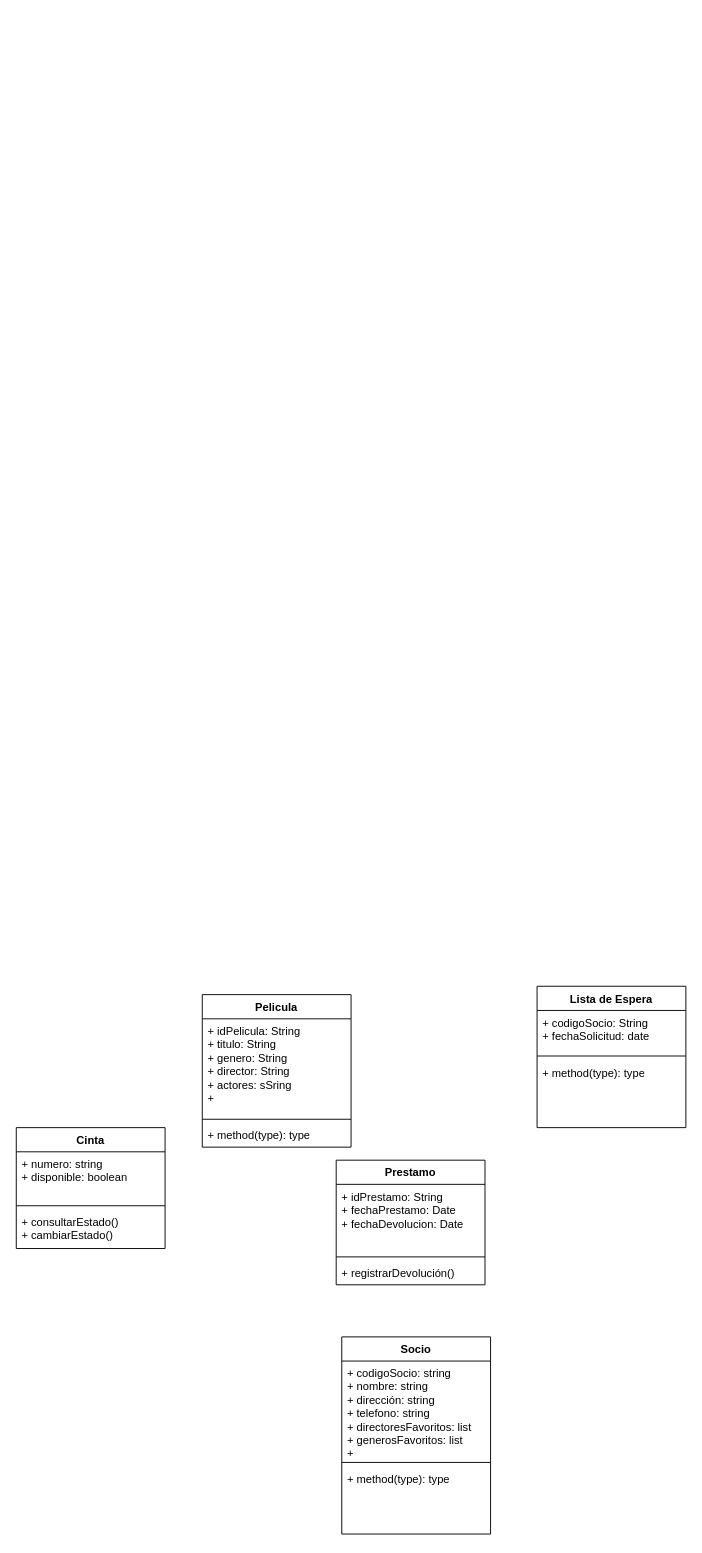
Above: page "Diagrama Parcial 2" (3 of 4) of Diagrama sin título.drawio in mjfernandezc/Diagramas (draw.io), before the change. Source tidied: cells renumbered, new cells numbered last; positions are measured from the earlier drawing's top-left corner, leaving out a move shared by most shapes. Both pictures are drawn from the tidied source at 93%, with x=0, y=0 at pixel (16, 986).
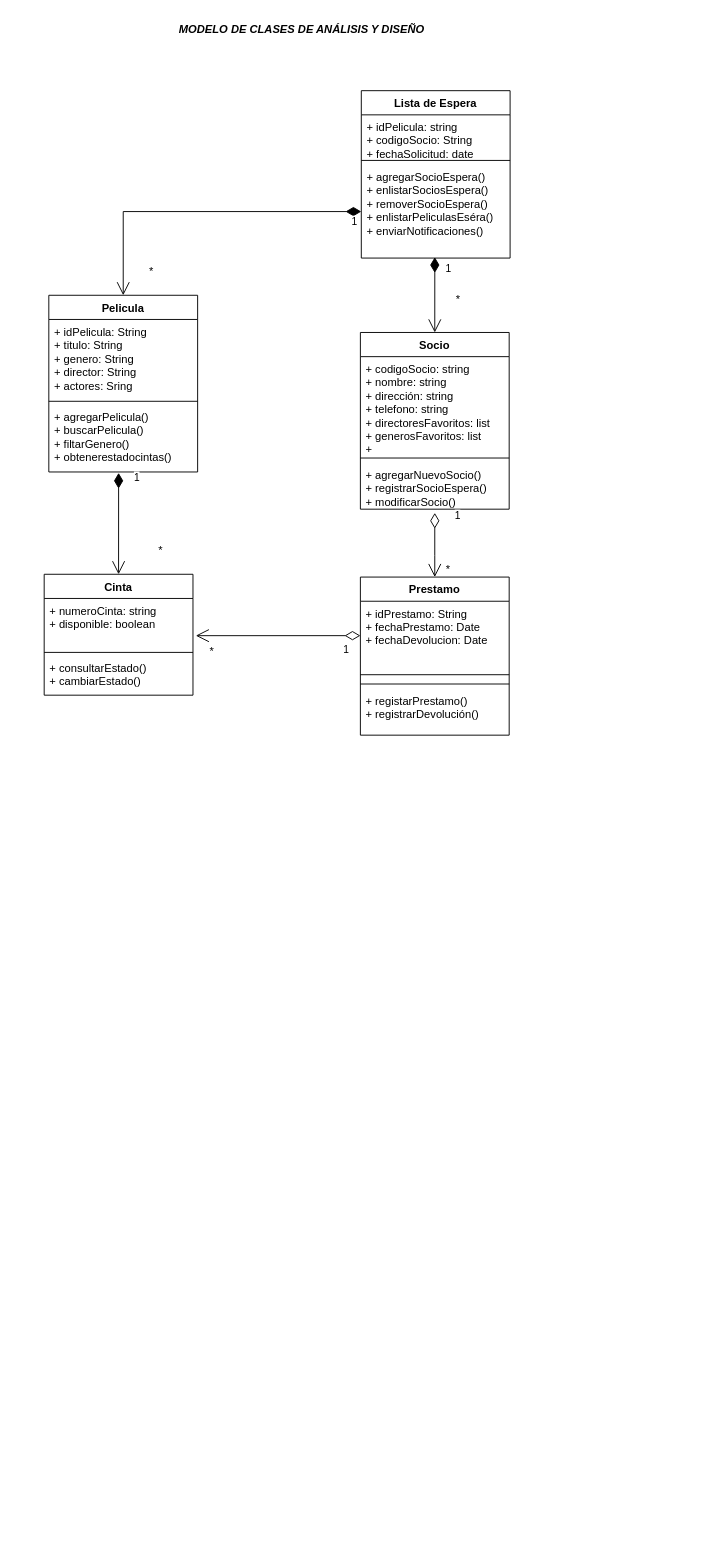
The same diagram, later.

The change refers to these unchanged cells:
```xml
<mxCell id="11" value="+ idPrestamo: String&lt;div&gt;+ fechaPrestamo: Date&lt;div&gt;+ fechaDevolucion: Date&lt;/div&gt;&lt;div&gt;&lt;br&gt;&lt;/div&gt;&lt;/div&gt;" style="text;strokeColor=none;fillColor=none;align=left;verticalAlign=top;spacingLeft=4;spacingRight=4;overflow=hidden;points=[[0,0.5],[1,0.5]];portConstraint=eastwest;whiteSpace=wrap;html=1;" parent="10" vertex="1">
  <mxGeometry y="26" width="160" height="74" as="geometry" />
</mxCell>
```

Diff of the diagram source:
```diff
@@
     <mxCell id="2" value="Pelicula" style="swimlane;fontStyle=1;align=center;verticalAlign=top;horizontal=1;startSize=26;whiteSpace=wrap;html=1;" parent="1" vertex="1">
-      <mxGeometry x="200" y="9" width="160" height="164" as="geometry" />
+      <mxGeometry x="35" y="-743" width="160" height="190" as="geometry" />
     </mxCell>
-    <mxCell id="3" value="+ idPelicula: String&lt;br&gt;&lt;div&gt;+ titulo: String&lt;div&gt;+ genero: String&lt;/div&gt;&lt;div&gt;+ director: String&lt;/div&gt;&lt;div&gt;+ actores: sSring&lt;/div&gt;&lt;div&gt;+&lt;/div&gt;&lt;/div&gt;" style="text;strokeColor=none;fillColor=none;align=left;verticalAlign=top;spacingLeft=4;spacingRight=4;overflow=hidden;whiteSpace=wrap;html=1;" parent="2" vertex="1">
-      <mxGeometry y="26" width="160" height="104" as="geometry" />
+    <mxCell id="3" value="+ idPelicula: String&lt;br&gt;&lt;div&gt;+ titulo: String&lt;div&gt;+ genero: String&lt;/div&gt;&lt;div&gt;+ director: String&lt;/div&gt;&lt;div&gt;+ actores: Sring&lt;/div&gt;&lt;/div&gt;" style="text;strokeColor=none;fillColor=none;align=left;verticalAlign=top;spacingLeft=4;spacingRight=4;overflow=hidden;whiteSpace=wrap;html=1;" parent="2" vertex="1">
+      <mxGeometry y="26" width="160" height="84" as="geometry" />
     </mxCell>
     <mxCell id="4" style="line;strokeWidth=1;fillColor=none;align=left;verticalAlign=middle;spacingTop=-1;spacingLeft=3;spacingRight=3;labelPosition=right;strokeColor=inherit;" parent="2" vertex="1">
-      <mxGeometry y="130" width="160" height="8" as="geometry" />
+      <mxGeometry y="110" width="160" height="8" as="geometry" />
     </mxCell>
-    <mxCell id="5" value="+ method(type): type" style="text;strokeColor=none;fillColor=none;align=left;verticalAlign=top;spacingLeft=4;spacingRight=4;overflow=hidden;points=[[0,0.5],[1,0.5]];portConstraint=eastwest;whiteSpace=wrap;html=1;" parent="2" vertex="1">
-      <mxGeometry y="138" width="160" height="26" as="geometry" />
+    <mxCell id="5" value="+ agregarPelicula()&lt;div&gt;&lt;span style=&quot;background-color: initial;&quot;&gt;+ buscarPelicula()&lt;/span&gt;&lt;/div&gt;&lt;div&gt;&lt;span style=&quot;background-color: initial;&quot;&gt;+ filtarGenero()&lt;/span&gt;&lt;/div&gt;&lt;div&gt;&lt;span style=&quot;background-color: initial;&quot;&gt;+ obtenerestadocintas()&lt;/span&gt;&lt;/div&gt;&lt;div&gt;&lt;span style=&quot;background-color: initial;&quot;&gt;&lt;br&gt;&lt;/span&gt;&lt;/div&gt;" style="text;strokeColor=none;fillColor=none;align=left;verticalAlign=top;spacingLeft=4;spacingRight=4;overflow=hidden;points=[[0,0.5],[1,0.5]];portConstraint=eastwest;whiteSpace=wrap;html=1;" parent="2" vertex="1">
+      <mxGeometry y="118" width="160" height="72" as="geometry" />
     </mxCell>
     <mxCell id="6" value="Cinta" style="swimlane;fontStyle=1;align=center;verticalAlign=top;horizontal=1;startSize=26;whiteSpace=wrap;html=1;" parent="1" vertex="1">
-      <mxGeometry y="152" width="160" height="130" as="geometry" />
+      <mxGeometry x="30" y="-443" width="160" height="130" as="geometry" />
     </mxCell>
-    <mxCell id="7" value="+ numero: string&lt;div&gt;+ disponible: boolean&lt;/div&gt;" style="text;strokeColor=none;fillColor=none;align=left;verticalAlign=top;spacingLeft=4;spacingRight=4;overflow=hidden;points=[[0,0.5],[1,0.5]];portConstraint=eastwest;whiteSpace=wrap;html=1;" parent="6" vertex="1">
+    <mxCell id="7" value="+ numeroCinta: string&lt;div&gt;+ disponible: boolean&lt;/div&gt;" style="text;strokeColor=none;fillColor=none;align=left;verticalAlign=top;spacingLeft=4;spacingRight=4;overflow=hidden;points=[[0,0.5],[1,0.5]];portConstraint=eastwest;whiteSpace=wrap;html=1;" parent="6" vertex="1">
       <mxGeometry y="26" width="160" height="54" as="geometry" />
     </mxCell>
@@
     <mxCell id="10" value="Prestamo" style="swimlane;fontStyle=1;align=center;verticalAlign=top;horizontal=1;startSize=26;whiteSpace=wrap;html=1;" parent="1" vertex="1">
-      <mxGeometry x="344" y="187" width="160" height="134" as="geometry" />
+      <mxGeometry x="370" y="-440" width="160" height="170" as="geometry" />
     </mxCell>
@@
+    <mxCell id="22" style="line;strokeWidth=1;fillColor=none;align=left;verticalAlign=middle;spacingTop=-1;spacingLeft=3;spacingRight=3;labelPosition=right;strokeColor=inherit;" parent="10" vertex="1">
+      <mxGeometry y="100" width="160" height="10" as="geometry" />
+    </mxCell>
     <mxCell id="12" style="line;strokeWidth=1;fillColor=none;align=left;verticalAlign=middle;spacingTop=-1;spacingLeft=3;spacingRight=3;labelPosition=right;strokeColor=inherit;" parent="10" vertex="1">
-      <mxGeometry y="100" width="160" height="8" as="geometry" />
+      <mxGeometry y="110" width="160" height="10" as="geometry" />
     </mxCell>
-    <mxCell id="13" value="+ registrarDevolución()" style="text;strokeColor=none;fillColor=none;align=left;verticalAlign=top;spacingLeft=4;spacingRight=4;overflow=hidden;whiteSpace=wrap;html=1;" parent="10" vertex="1">
-      <mxGeometry y="108" width="160" height="26" as="geometry" />
+    <mxCell id="13" value="+ registarPrestamo()&lt;div&gt;+ registrarDevolución()&lt;/div&gt;" style="text;strokeColor=none;fillColor=none;align=left;verticalAlign=top;spacingLeft=4;spacingRight=4;overflow=hidden;whiteSpace=wrap;html=1;" parent="10" vertex="1">
+      <mxGeometry y="120" width="160" height="50" as="geometry" />
     </mxCell>
     <mxCell id="14" value="Socio" style="swimlane;fontStyle=1;align=center;verticalAlign=top;horizontal=1;startSize=26;whiteSpace=wrap;html=1;" parent="1" vertex="1">
-      <mxGeometry x="350" y="377" width="160" height="212" as="geometry" />
+      <mxGeometry x="370" y="-703" width="160" height="190" as="geometry" />
     </mxCell>
@@
-    <mxCell id="17" value="+ method(type): type" style="text;strokeColor=none;fillColor=none;align=left;verticalAlign=top;spacingLeft=4;spacingRight=4;overflow=hidden;points=[[0,0.5],[1,0.5]];portConstraint=eastwest;whiteSpace=wrap;html=1;" parent="14" vertex="1">
-      <mxGeometry y="140" width="160" height="72" as="geometry" />
+    <mxCell id="17" value="+ agregarNuevoSocio()&lt;div&gt;+ registrarSocioEspera()&lt;div&gt;+ modificarSocio()&lt;/div&gt;&lt;div&gt;&lt;br&gt;&lt;/div&gt;&lt;/div&gt;" style="text;strokeColor=none;fillColor=none;align=left;verticalAlign=top;spacingLeft=4;spacingRight=4;overflow=hidden;points=[[0,0.5],[1,0.5]];portConstraint=eastwest;whiteSpace=wrap;html=1;" parent="14" vertex="1">
+      <mxGeometry y="140" width="160" height="50" as="geometry" />
     </mxCell>
     <mxCell id="18" value="Lista de Espera" style="swimlane;fontStyle=1;align=center;verticalAlign=top;horizontal=1;startSize=26;whiteSpace=wrap;html=1;" parent="1" vertex="1">
-      <mxGeometry x="560" width="160" height="152" as="geometry" />
+      <mxGeometry x="371" y="-963" width="160" height="180" as="geometry" />
     </mxCell>
-    <mxCell id="19" value="+ codigoSocio: String&lt;div&gt;+ fechaSolicitud: date&lt;/div&gt;" style="text;strokeColor=none;fillColor=none;align=left;verticalAlign=top;spacingLeft=4;spacingRight=4;overflow=hidden;whiteSpace=wrap;html=1;" parent="18" vertex="1">
+    <mxCell id="19" value="+ idPelicula: string&lt;div&gt;+ codigoSocio: String&lt;div&gt;+ fechaSolicitud: date&lt;/div&gt;&lt;/div&gt;" style="text;strokeColor=none;fillColor=none;align=left;verticalAlign=top;spacingLeft=4;spacingRight=4;overflow=hidden;whiteSpace=wrap;html=1;" parent="18" vertex="1">
       <mxGeometry y="26" width="160" height="44" as="geometry" />
     </mxCell>
@@
-    <mxCell id="21" value="+ method(type): type" style="text;strokeColor=none;fillColor=none;align=left;verticalAlign=top;spacingLeft=4;spacingRight=4;overflow=hidden;points=[[0,0.5],[1,0.5]];portConstraint=eastwest;whiteSpace=wrap;html=1;" parent="18" vertex="1">
-      <mxGeometry y="80" width="160" height="72" as="geometry" />
+    <mxCell id="21" value="+ agregarSocioEspera()&lt;div&gt;+ enlistarSociosEspera()&lt;br&gt;&lt;div&gt;+ removerSocioEspera()&lt;/div&gt;&lt;div&gt;+ enlistarPeliculasEséra()&lt;/div&gt;&lt;/div&gt;&lt;div&gt;+ enviarNotificaciones()&lt;/div&gt;" style="text;strokeColor=none;fillColor=none;align=left;verticalAlign=top;spacingLeft=4;spacingRight=4;overflow=hidden;points=[[0,0.5],[1,0.5]];portConstraint=eastwest;whiteSpace=wrap;html=1;" parent="18" vertex="1">
+      <mxGeometry y="80" width="160" height="100" as="geometry" />
     </mxCell>
+    <mxCell id="23" value="1" style="endArrow=open;html=1;endSize=12;startArrow=diamondThin;startSize=14;startFill=0;edgeStyle=orthogonalEdgeStyle;align=left;verticalAlign=bottom;rounded=0;exitX=0.5;exitY=1.08;exitDx=0;exitDy=0;exitPerimeter=0;" parent="1" edge="1" source="17" target="10">
+      <mxGeometry x="-0.64" y="20" relative="1" as="geometry">
+        <Array as="points">
+          <mxPoint x="450" y="-463" />
+          <mxPoint x="450" y="-463" />
+        </Array>
+      </mxGeometry>
+    </mxCell>
+    <mxCell id="24" value="*" style="text;html=1;align=center;verticalAlign=middle;strokeColor=none;fillColor=none;" parent="1" vertex="1">
+      <mxGeometry x="449" y="-463" width="30" height="30" as="geometry" />
+    </mxCell>
+    <mxCell id="25" value="1" style="endArrow=open;html=1;endSize=12;startArrow=diamondThin;startSize=14;startFill=1;edgeStyle=orthogonalEdgeStyle;align=left;verticalAlign=bottom;rounded=0;exitX=0.494;exitY=0.99;exitDx=0;exitDy=0;exitPerimeter=0;entryX=0.5;entryY=0;entryDx=0;entryDy=0;" parent="1" edge="1" source="21" target="14">
+      <mxGeometry x="-0.48" y="10" relative="1" as="geometry" />
+    </mxCell>
+    <mxCell id="26" value="*" style="text;html=1;align=center;verticalAlign=middle;strokeColor=none;fillColor=none;" parent="1" vertex="1">
+      <mxGeometry x="460" y="-753" width="30" height="30" as="geometry" />
+    </mxCell>
+    <mxCell id="27" value="1" style="endArrow=open;html=1;endSize=12;startArrow=diamondThin;startSize=14;startFill=1;edgeStyle=orthogonalEdgeStyle;align=left;verticalAlign=bottom;rounded=0;entryX=0.5;entryY=0;entryDx=0;entryDy=0;exitX=0;exitY=0.5;exitDx=0;exitDy=0;" parent="1" edge="1" source="21" target="2">
+      <mxGeometry x="-0.93" y="20" relative="1" as="geometry" />
+    </mxCell>
+    <mxCell id="28" value="*" style="text;html=1;align=center;verticalAlign=middle;strokeColor=none;fillColor=none;" parent="1" vertex="1">
+      <mxGeometry x="130" y="-783" width="30" height="30" as="geometry" />
+    </mxCell>
+    <mxCell id="29" value="1" style="endArrow=open;html=1;endSize=12;startArrow=diamondThin;startSize=14;startFill=1;edgeStyle=orthogonalEdgeStyle;align=left;verticalAlign=bottom;rounded=0;exitX=0.469;exitY=1.014;exitDx=0;exitDy=0;exitPerimeter=0;entryX=0.5;entryY=0;entryDx=0;entryDy=0;" parent="1" edge="1" source="5" target="6">
+      <mxGeometry x="-0.74" y="15" relative="1" as="geometry" />
+    </mxCell>
+    <mxCell id="30" value="*" style="text;html=1;align=center;verticalAlign=middle;strokeColor=none;fillColor=none;" parent="1" vertex="1">
+      <mxGeometry x="140" y="-483" width="30" height="30" as="geometry" />
+    </mxCell>
+    <mxCell id="31" value="1" style="endArrow=open;html=1;endSize=12;startArrow=diamondThin;startSize=14;startFill=0;edgeStyle=orthogonalEdgeStyle;align=left;verticalAlign=bottom;rounded=0;exitX=0;exitY=0.5;exitDx=0;exitDy=0;entryX=1.019;entryY=0.741;entryDx=0;entryDy=0;entryPerimeter=0;" parent="1" edge="1" source="11" target="7">
+      <mxGeometry x="-0.77" y="24" relative="1" as="geometry" />
+    </mxCell>
+    <mxCell id="32" value="*" style="text;html=1;align=center;verticalAlign=middle;strokeColor=none;fillColor=none;" parent="1" vertex="1">
+      <mxGeometry x="195" y="-375" width="30" height="30" as="geometry" />
+    </mxCell>
+    <mxCell id="33" value="&lt;b&gt;&lt;i&gt;&amp;nbsp;MODELO DE CLASES DE ANÁLISIS Y DISEÑO&lt;/i&gt;&lt;/b&gt;" style="text;html=1;align=center;verticalAlign=middle;strokeColor=none;fillColor=none;" parent="1" vertex="1">
+      <mxGeometry x="160" y="-1043" width="290" height="30" as="geometry" />
+    </mxCell>
```
